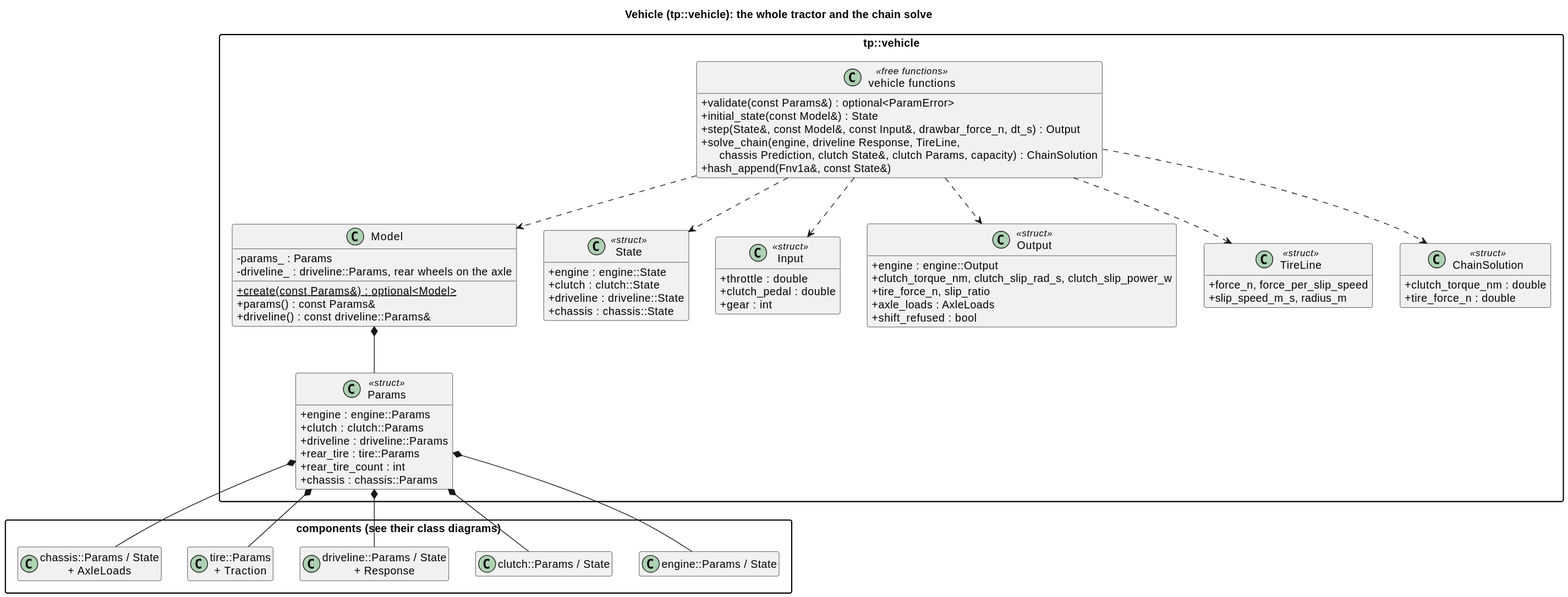
This is docs/diagrams/svg/vehicle_classes.svg from wversteeg/TractorPulling, a PlantUML export, as it was before one commit. Source of this version:
```plantuml
@startuml
title Vehicle (tp::vehicle): the whole tractor and the chain solve
hide empty members
skinparam packageStyle rectangle
skinparam classAttributeIconSize 0

package "components (see their class diagrams)" {
  class "engine::Params / State" as Engine
  class "clutch::Params / State" as Clutch
  class "driveline::Params / State\n+ Response" as Driveline
  class "tire::Params\n+ Traction" as Tire
  class "chassis::Params / State\n+ AxleLoads" as Chassis
}

package "tp::vehicle" {
  class Params <<struct>> {
    +engine : engine::Params
    +clutch : clutch::Params
    +driveline : driveline::Params
    +rear_tire : tire::Params
    +rear_tire_count : int
    +chassis : chassis::Params
  }
  class Model {
    -params_ : Params
    -driveline_ : driveline::Params, rear wheels on the axle
    +{static} create(const Params&) : optional<Model>
    +params() : const Params&
    +driveline() : const driveline::Params&
  }
  class State <<struct>> {
    +engine : engine::State
    +clutch : clutch::State
    +driveline : driveline::State
    +chassis : chassis::State
  }
  class Input <<struct>> {
    +throttle : double
    +clutch_pedal : double
    +gear : int
  }
  class Output <<struct>> {
    +engine : engine::Output
    +clutch_torque_nm, clutch_slip_rad_s, clutch_slip_power_w
    +tire_force_n, slip_ratio
    +axle_loads : AxleLoads
    +shift_refused : bool
  }
  class TireLine <<struct>> {
    +force_n, force_per_slip_speed
    +slip_speed_m_s, radius_m
  }
  class ChainSolution <<struct>> {
    +clutch_torque_nm : double
    +tire_force_n : double
  }
  class "vehicle functions" as VehicleFns <<free functions>> {
    +validate(const Params&) : optional<ParamError>
    +initial_state(const Model&) : State
    +step(State&, const Model&, const Input&, drawbar_force_n, dt_s) : Output
    +solve_chain(engine, driveline Response, TireLine,\n      chassis Prediction, clutch State&, clutch Params, capacity) : ChainSolution
    +hash_append(Fnv1a&, const State&)
  }
  Model *-- Params
  VehicleFns ..> Model
  VehicleFns ..> State
  VehicleFns ..> Input
  VehicleFns ..> Output
  VehicleFns ..> TireLine
  VehicleFns ..> ChainSolution
}
Params *-- Engine
Params *-- Clutch
Params *-- Driveline
Params *-- Tire
Params *-- Chassis
@enduml
```
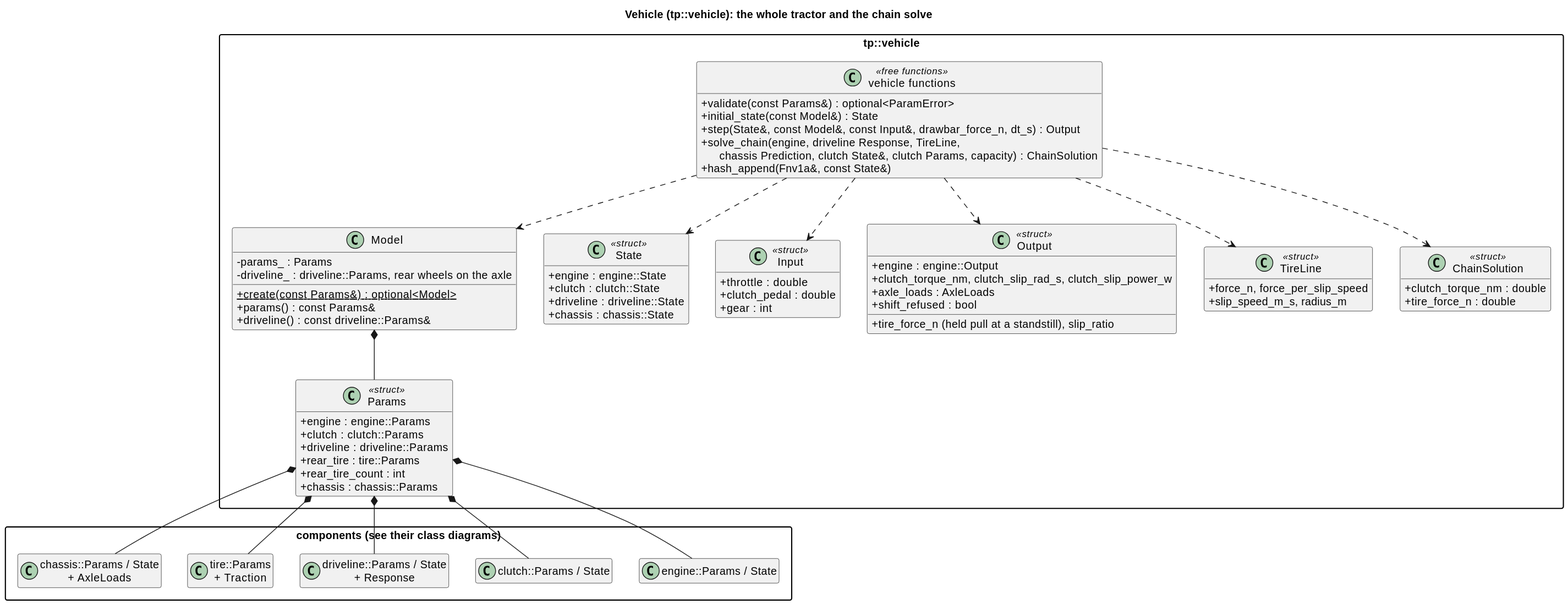
The same diagram one commit later.

The edit, as a diff of the source:
```diff
@@ -42,7 +42,7 @@
   class Output <<struct>> {
     +engine : engine::Output
     +clutch_torque_nm, clutch_slip_rad_s, clutch_slip_power_w
-    +tire_force_n, slip_ratio
+    +tire_force_n (held pull at a standstill), slip_ratio
     +axle_loads : AxleLoads
     +shift_refused : bool
   }
```
